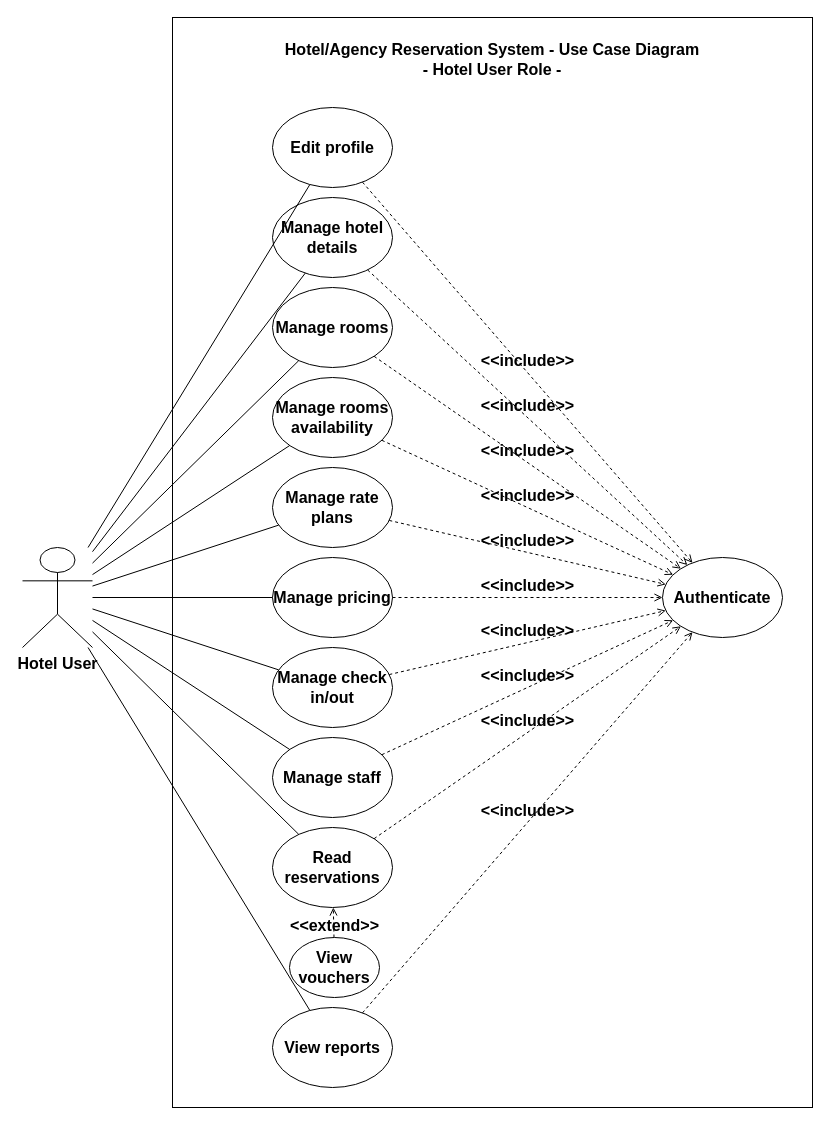
Above: page "hotel" (1 of 3) of use_case_diagram.drawio in jawharhmidi02/resrvy_diagrams (draw.io), before the change. Source tidied: cells renumbered, new cells numbered last; positions are measured from the earlier drawing's top-left corner, leaving out a move shared by most shapes. Both pictures are drawn from the tidied source at 100%, with x=0, y=0 at pixel (22, 17).
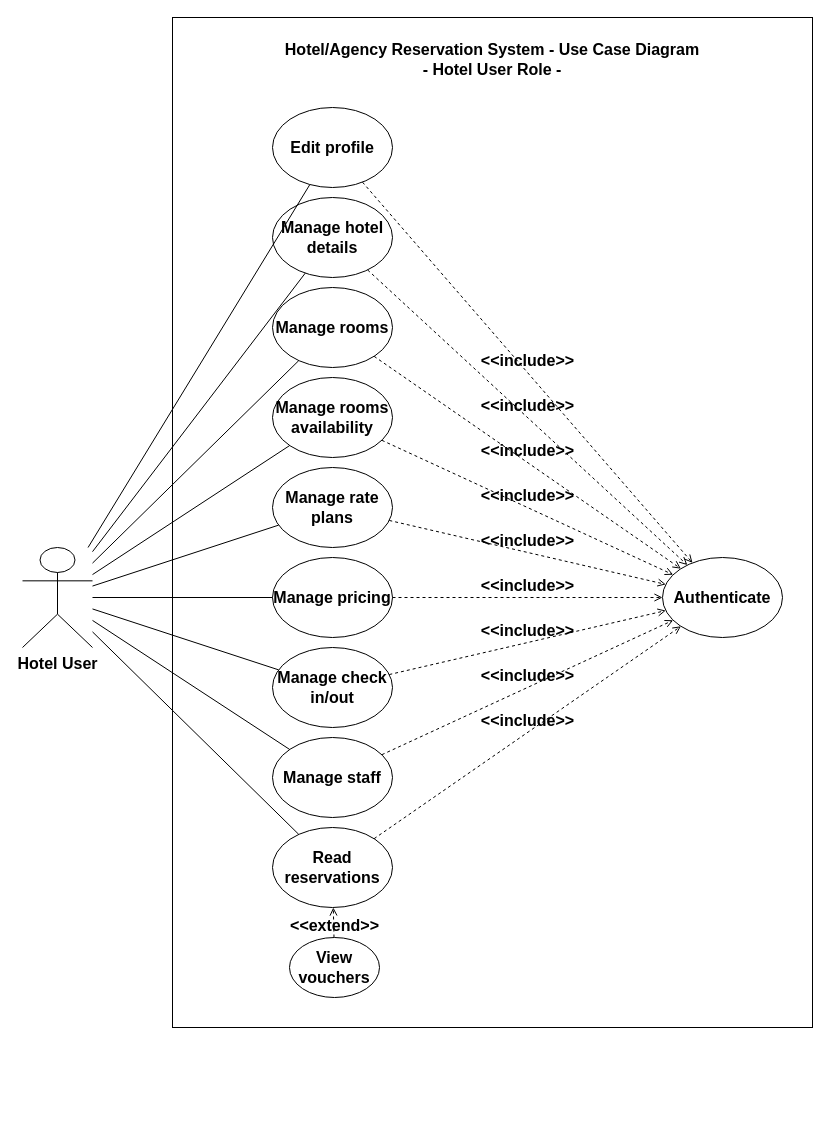
The same diagram, later.

The change refers to these unchanged cells:
```xml
<mxCell id="10" value="&lt;div&gt;Hotel User&lt;/div&gt;" style="shape=umlActor;verticalLabelPosition=bottom;verticalAlign=top;html=1;outlineConnect=0;fontSize=16;fontStyle=1;" parent="1" vertex="1">
  <mxGeometry y="530" width="70" height="100" as="geometry" />
</mxCell>
<mxCell id="22" value="Authenticate" style="ellipse;whiteSpace=wrap;html=1;fontSize=16;fontStyle=1;" parent="1" vertex="1">
  <mxGeometry x="640" y="540" width="120" height="80" as="geometry" />
</mxCell>
```

Diff of the diagram source:
```diff
@@
     <mxCell id="2" style="rounded=0;whiteSpace=wrap;html=1;fontSize=16;fontStyle=1;" parent="1" vertex="1">
-      <mxGeometry x="150" width="640" height="1090" as="geometry" />
+      <mxGeometry x="150" width="640" height="1010" as="geometry" />
     </mxCell>
@@
-    <mxCell id="9" value="&lt;div&gt;View reports&lt;/div&gt;" style="ellipse;whiteSpace=wrap;html=1;fontSize=16;fontStyle=1;" parent="1" vertex="1">
-      <mxGeometry x="250" y="990" width="120" height="80" as="geometry" />
-    </mxCell>
@@
-    <mxCell id="17" style="endArrow=none;html=1;rounded=0;fontSize=16;fontStyle=1;" parent="1" edge="1" source="10" target="9">
-      <mxGeometry relative="1" as="geometry" />
-    </mxCell>
@@
-    <mxCell id="30" value="&amp;lt;&amp;lt;include&amp;gt;&amp;gt;" style="html=1;verticalAlign=bottom;labelBackgroundColor=none;endArrow=open;endFill=0;dashed=1;rounded=0;fontSize=16;fontStyle=1;" parent="1" edge="1" source="9" target="22">
-      <mxGeometry relative="1" as="geometry" />
-    </mxCell>
```
